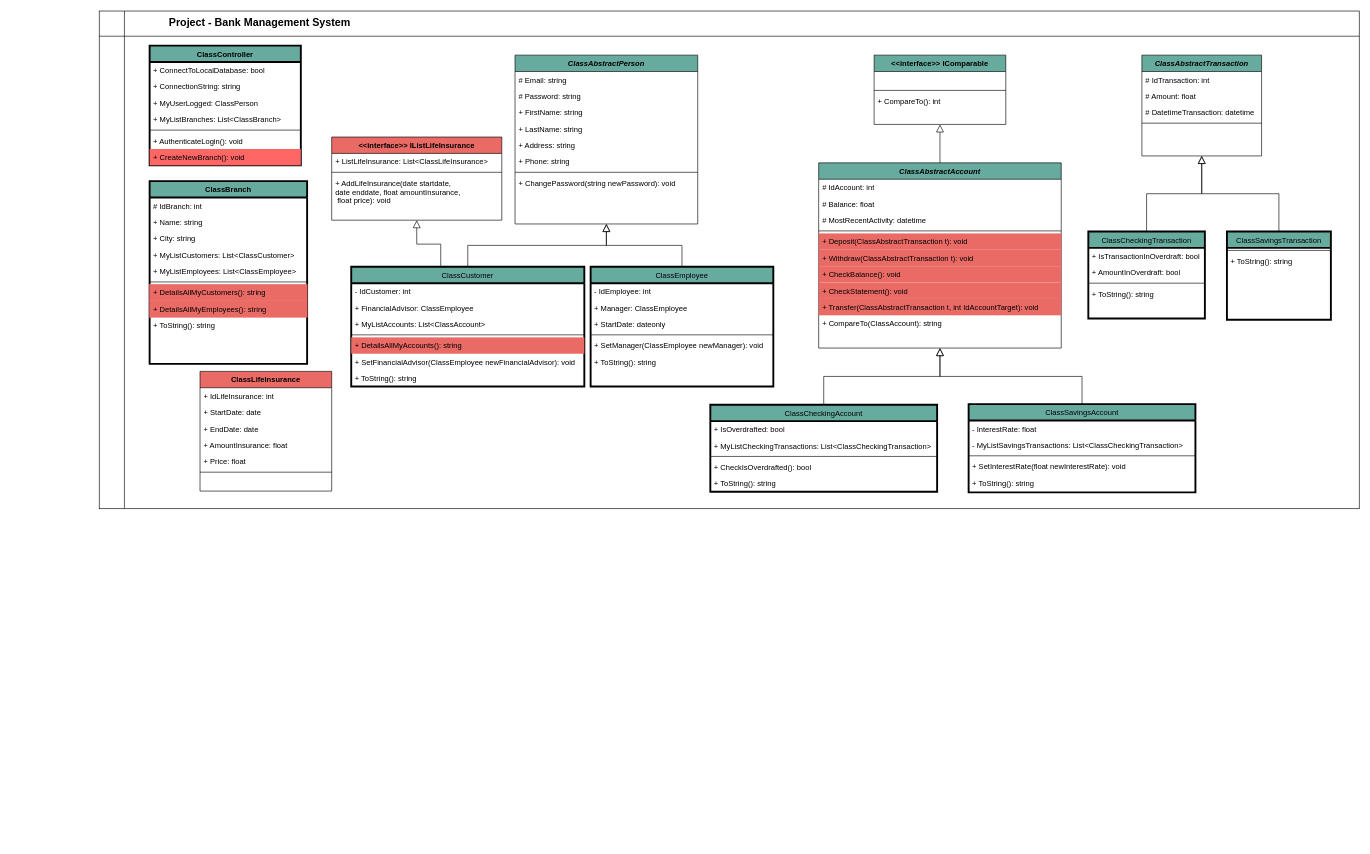
Earlier version of the draw.io diagram SODV2202_UMLDiagram.drawio (Wpiresferreira/bankproject). Source tidied: cells renumbered, new cells numbered last; positions are measured from the earlier drawing's top-left corner, leaving out a move shared by most shapes. Both pictures are drawn from the tidied source at 63%, with x=0, y=0 at pixel (99, 11).
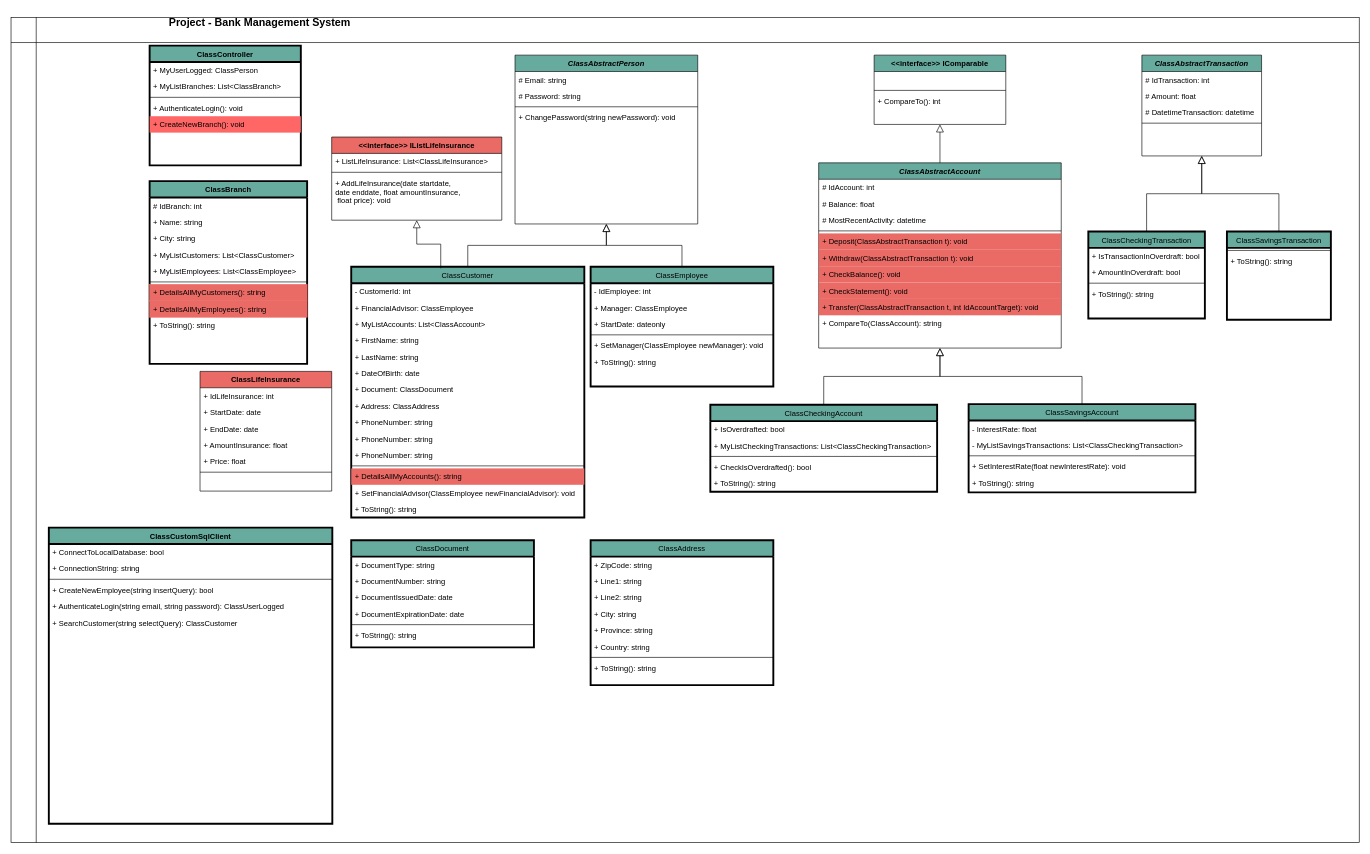
After the change.

The change refers to these unchanged cells:
```xml
<mxCell id="13" value="ClassAbstractPerson" style="swimlane;fontStyle=3;align=center;verticalAlign=top;horizontal=1;startSize=26;rounded=0;shadow=0;strokeWidth=1;fillColor=#67AB9F;" parent="1" vertex="1">
  <mxGeometry x="660" y="70" width="290" height="268" as="geometry" />
</mxCell>
<mxCell id="22" value="ClassController" style="swimlane;fontStyle=1;align=center;verticalAlign=top;horizontal=1;startSize=26;rounded=0;shadow=0;strokeWidth=3;fillColor=#67AB9F;" parent="1" vertex="1">
  <mxGeometry x="80" y="55" width="240" height="190" as="geometry" />
</mxCell>
```

The edit, as a diff of the source:
```diff
@@
     <mxCell id="2" style="shape=internalStorage;whiteSpace=wrap;html=1;backgroundOutline=1;dx=40;dy=40;" parent="1" vertex="1">
-      <mxGeometry width="2000" height="790" as="geometry" />
+      <mxGeometry x="-140" y="10" width="2140" height="1310" as="geometry" />
     </mxCell>
@@
-    <mxCell id="16" value="+ FirstName: string" style="text;align=left;verticalAlign=top;spacingLeft=4;spacingRight=4;overflow=hidden;" parent="13" vertex="1">
-      <mxGeometry y="78" width="290" height="26" as="geometry" />
-    </mxCell>
-    <mxCell id="17" value="+ LastName: string" style="text;align=left;verticalAlign=top;spacingLeft=4;spacingRight=4;overflow=hidden;" parent="13" vertex="1">
-      <mxGeometry y="104" width="290" height="26" as="geometry" />
-    </mxCell>
-    <mxCell id="18" value="+ Address: string" style="text;align=left;verticalAlign=top;spacingLeft=4;spacingRight=4;overflow=hidden;rounded=0;shadow=0;html=0;" parent="13" vertex="1">
-      <mxGeometry y="130" width="290" height="26" as="geometry" />
-    </mxCell>
-    <mxCell id="19" value="+ Phone: string" style="text;align=left;verticalAlign=top;spacingLeft=4;spacingRight=4;overflow=hidden;rounded=0;shadow=0;html=0;" parent="13" vertex="1">
-      <mxGeometry y="156" width="290" height="26" as="geometry" />
-    </mxCell>
     <mxCell id="20" style="line;html=1;strokeWidth=1;align=left;verticalAlign=middle;spacingTop=-1;spacingLeft=3;spacingRight=3;labelPosition=right;" parent="13" vertex="1">
-      <mxGeometry y="182" width="290" height="8" as="geometry" />
+      <mxGeometry y="78" width="290" height="8" as="geometry" />
     </mxCell>
     <mxCell id="21" value="+ ChangePassword(string newPassword): void" style="text;align=left;verticalAlign=top;spacingLeft=4;spacingRight=4;overflow=hidden;" parent="13" vertex="1">
-      <mxGeometry y="190" width="290" height="26" as="geometry" />
+      <mxGeometry y="86" width="290" height="26" as="geometry" />
     </mxCell>
@@
-    <mxCell id="23" value="+ ConnectToLocalDatabase: bool" style="text;align=left;verticalAlign=top;spacingLeft=4;spacingRight=4;overflow=hidden;rounded=0;shadow=0;html=0;" parent="22" vertex="1">
-      <mxGeometry y="26" width="240" height="26" as="geometry" />
-    </mxCell>
-    <mxCell id="24" value="+ ConnectionString: string" style="text;align=left;verticalAlign=top;spacingLeft=4;spacingRight=4;overflow=hidden;rounded=0;shadow=0;html=0;" parent="22" vertex="1">
-      <mxGeometry y="52" width="240" height="26" as="geometry" />
-    </mxCell>
-    <mxCell id="25" value="+ MyUserLogged: ClassPerson" style="text;align=left;verticalAlign=top;spacingLeft=4;spacingRight=4;overflow=hidden;rounded=0;shadow=0;html=0;" parent="22" vertex="1">
-      <mxGeometry y="78" width="240" height="26" as="geometry" />
+    <mxCell id="25" value="+ MyUserLogged: ClassPerson " style="text;align=left;verticalAlign=top;spacingLeft=4;spacingRight=4;overflow=hidden;rounded=0;shadow=0;html=0;" parent="22" vertex="1">
+      <mxGeometry y="26" width="240" height="26" as="geometry" />
     </mxCell>
     <mxCell id="26" value="+ MyListBranches: List&lt;ClassBranch&gt;" style="text;align=left;verticalAlign=top;spacingLeft=4;spacingRight=4;overflow=hidden;rounded=0;shadow=0;html=0;" parent="22" vertex="1">
-      <mxGeometry y="104" width="240" height="26" as="geometry" />
+      <mxGeometry y="52" width="240" height="26" as="geometry" />
     </mxCell>
     <mxCell id="27" style="line;html=1;strokeWidth=1;align=left;verticalAlign=middle;spacingTop=-1;spacingLeft=3;spacingRight=3;labelPosition=right;" parent="22" vertex="1">
-      <mxGeometry y="130" width="240" height="8" as="geometry" />
+      <mxGeometry y="78" width="240" height="8" as="geometry" />
     </mxCell>
     <mxCell id="28" value="+ AuthenticateLogin(): void" style="text;align=left;verticalAlign=top;spacingLeft=4;spacingRight=4;overflow=hidden;rounded=0;shadow=0;html=0;fillColor=none;" parent="22" vertex="1">
-      <mxGeometry y="138" width="240" height="26" as="geometry" />
+      <mxGeometry y="86" width="240" height="26" as="geometry" />
     </mxCell>
     <mxCell id="29" value="+ CreateNewBranch(): void" style="text;align=left;verticalAlign=top;spacingLeft=4;spacingRight=4;overflow=hidden;rounded=0;shadow=0;html=0;fillColor=#FF6666;" parent="22" vertex="1">
-      <mxGeometry y="164" width="240" height="26" as="geometry" />
+      <mxGeometry y="112" width="240" height="26" as="geometry" />
     </mxCell>
     <mxCell id="30" value="ClassCustomer" style="swimlane;fontStyle=0;align=center;verticalAlign=top;horizontal=1;startSize=26;rounded=0;shadow=0;strokeWidth=3;fillColor=#67AB9F;" parent="1" vertex="1">
-      <mxGeometry x="400" y="406" width="370" height="190" as="geometry" />
+      <mxGeometry x="400" y="406" width="370" height="398" as="geometry" />
     </mxCell>
-    <mxCell id="31" value="- IdCustomer: int" style="text;align=left;verticalAlign=top;spacingLeft=4;spacingRight=4;overflow=hidden;rounded=0;shadow=0;html=0;" parent="30" vertex="1">
+    <mxCell id="31" value="- CustomerId: int" style="text;align=left;verticalAlign=top;spacingLeft=4;spacingRight=4;overflow=hidden;rounded=0;shadow=0;html=0;" parent="30" vertex="1">
       <mxGeometry y="26" width="370" height="26" as="geometry" />
     </mxCell>
@@
+    <mxCell id="16" value="+ FirstName: string" style="text;align=left;verticalAlign=top;spacingLeft=4;spacingRight=4;overflow=hidden;rounded=0;shadow=0;html=0;" parent="30" vertex="1">
+      <mxGeometry y="104" width="370" height="26" as="geometry" />
+    </mxCell>
+    <mxCell id="17" value="+ LastName: string" style="text;align=left;verticalAlign=top;spacingLeft=4;spacingRight=4;overflow=hidden;rounded=0;shadow=0;html=0;" parent="30" vertex="1">
+      <mxGeometry y="130" width="370" height="26" as="geometry" />
+    </mxCell>
+    <mxCell id="105" value="+ DateOfBirth: date" style="text;align=left;verticalAlign=top;spacingLeft=4;spacingRight=4;overflow=hidden;rounded=0;shadow=0;html=0;" parent="30" vertex="1">
+      <mxGeometry y="156" width="370" height="26" as="geometry" />
+    </mxCell>
+    <mxCell id="106" value="+ Document: ClassDocument" style="text;align=left;verticalAlign=top;spacingLeft=4;spacingRight=4;overflow=hidden;rounded=0;shadow=0;html=0;" parent="30" vertex="1">
+      <mxGeometry y="182" width="370" height="26" as="geometry" />
+    </mxCell>
+    <mxCell id="107" value="+ Address: ClassAddress" style="text;align=left;verticalAlign=top;spacingLeft=4;spacingRight=4;overflow=hidden;rounded=0;shadow=0;html=0;" parent="30" vertex="1">
+      <mxGeometry y="208" width="370" height="26" as="geometry" />
+    </mxCell>
+    <mxCell id="108" value="+ PhoneNumber: string" style="text;align=left;verticalAlign=top;spacingLeft=4;spacingRight=4;overflow=hidden;rounded=0;shadow=0;html=0;" parent="30" vertex="1">
+      <mxGeometry y="234" width="370" height="26" as="geometry" />
+    </mxCell>
+    <mxCell id="109" value="+ PhoneNumber: string" style="text;align=left;verticalAlign=top;spacingLeft=4;spacingRight=4;overflow=hidden;rounded=0;shadow=0;html=0;" parent="30" vertex="1">
+      <mxGeometry y="260" width="370" height="26" as="geometry" />
+    </mxCell>
+    <mxCell id="110" value="+ PhoneNumber: string" style="text;align=left;verticalAlign=top;spacingLeft=4;spacingRight=4;overflow=hidden;rounded=0;shadow=0;html=0;" parent="30" vertex="1">
+      <mxGeometry y="286" width="370" height="26" as="geometry" />
+    </mxCell>
     <mxCell id="34" style="line;html=1;strokeWidth=1;align=left;verticalAlign=middle;spacingTop=-1;spacingLeft=3;spacingRight=3;labelPosition=right;" parent="30" vertex="1">
-      <mxGeometry y="104" width="370" height="8" as="geometry" />
+      <mxGeometry y="312" width="370" height="8" as="geometry" />
     </mxCell>
     <mxCell id="35" value="+ DetailsAllMyAccounts(): string" style="text;align=left;verticalAlign=top;spacingLeft=4;spacingRight=4;overflow=hidden;fillColor=#EA6B66;" parent="30" vertex="1">
-      <mxGeometry y="112" width="370" height="26" as="geometry" />
+      <mxGeometry y="320" width="370" height="26" as="geometry" />
     </mxCell>
     <mxCell id="36" value="+ SetFinancialAdvisor(ClassEmployee newFinancialAdvisor): void" style="text;align=left;verticalAlign=top;spacingLeft=4;spacingRight=4;overflow=hidden;" parent="30" vertex="1">
-      <mxGeometry y="138" width="370" height="26" as="geometry" />
+      <mxGeometry y="346" width="370" height="26" as="geometry" />
     </mxCell>
     <mxCell id="37" value="+ ToString(): string" style="text;align=left;verticalAlign=top;spacingLeft=4;spacingRight=4;overflow=hidden;" parent="30" vertex="1">
-      <mxGeometry y="164" width="370" height="26" as="geometry" />
+      <mxGeometry y="372" width="370" height="26" as="geometry" />
     </mxCell>
@@
+    <mxCell id="111" value="ClassDocument" style="swimlane;fontStyle=0;align=center;verticalAlign=top;horizontal=1;startSize=26;rounded=0;shadow=0;strokeWidth=3;fillColor=#67AB9F;" parent="1" vertex="1">
+      <mxGeometry x="400" y="840" width="290" height="170" as="geometry" />
+    </mxCell>
+    <mxCell id="112" value="+ DocumentType: string" style="text;align=left;verticalAlign=top;spacingLeft=4;spacingRight=4;overflow=hidden;" parent="111" vertex="1">
+      <mxGeometry y="26" width="290" height="26" as="geometry" />
+    </mxCell>
+    <mxCell id="113" value="+ DocumentNumber: string" style="text;align=left;verticalAlign=top;spacingLeft=4;spacingRight=4;overflow=hidden;" parent="111" vertex="1">
+      <mxGeometry y="52" width="290" height="26" as="geometry" />
+    </mxCell>
+    <mxCell id="114" value="+ DocumentIssuedDate: date" style="text;align=left;verticalAlign=top;spacingLeft=4;spacingRight=4;overflow=hidden;" parent="111" vertex="1">
+      <mxGeometry y="78" width="290" height="26" as="geometry" />
+    </mxCell>
+    <mxCell id="115" value="+ DocumentExpirationDate: date" style="text;align=left;verticalAlign=top;spacingLeft=4;spacingRight=4;overflow=hidden;" parent="111" vertex="1">
+      <mxGeometry y="104" width="290" height="26" as="geometry" />
+    </mxCell>
+    <mxCell id="116" style="line;html=1;strokeWidth=1;align=left;verticalAlign=middle;spacingTop=-1;spacingLeft=3;spacingRight=3;labelPosition=right;" parent="111" vertex="1">
+      <mxGeometry y="130" width="290" height="8" as="geometry" />
+    </mxCell>
+    <mxCell id="117" value="+ ToString(): string" style="text;align=left;verticalAlign=top;spacingLeft=4;spacingRight=4;overflow=hidden;" parent="111" vertex="1">
+      <mxGeometry y="138" width="290" height="26" as="geometry" />
+    </mxCell>
+    <mxCell id="118" value="ClassAddress" style="swimlane;fontStyle=0;align=center;verticalAlign=top;horizontal=1;startSize=26;rounded=0;shadow=0;strokeWidth=3;fillColor=#67AB9F;" parent="1" vertex="1">
+      <mxGeometry x="780" y="840" width="290" height="230" as="geometry" />
+    </mxCell>
+    <mxCell id="119" value="+ ZipCode: string" style="text;align=left;verticalAlign=top;spacingLeft=4;spacingRight=4;overflow=hidden;" parent="118" vertex="1">
+      <mxGeometry y="26" width="290" height="26" as="geometry" />
+    </mxCell>
+    <mxCell id="120" value="+ Line1: string" style="text;align=left;verticalAlign=top;spacingLeft=4;spacingRight=4;overflow=hidden;" parent="118" vertex="1">
+      <mxGeometry y="52" width="290" height="26" as="geometry" />
+    </mxCell>
+    <mxCell id="121" value="+ Line2: string" style="text;align=left;verticalAlign=top;spacingLeft=4;spacingRight=4;overflow=hidden;" parent="118" vertex="1">
+      <mxGeometry y="78" width="290" height="26" as="geometry" />
+    </mxCell>
+    <mxCell id="122" value="+ City: string" style="text;align=left;verticalAlign=top;spacingLeft=4;spacingRight=4;overflow=hidden;" parent="118" vertex="1">
+      <mxGeometry y="104" width="290" height="26" as="geometry" />
+    </mxCell>
+    <mxCell id="123" value="+ Province: string" style="text;align=left;verticalAlign=top;spacingLeft=4;spacingRight=4;overflow=hidden;" parent="118" vertex="1">
+      <mxGeometry y="130" width="290" height="26" as="geometry" />
+    </mxCell>
+    <mxCell id="124" value="+ Country: string" style="text;align=left;verticalAlign=top;spacingLeft=4;spacingRight=4;overflow=hidden;" parent="118" vertex="1">
+      <mxGeometry y="156" width="290" height="26" as="geometry" />
+    </mxCell>
+    <mxCell id="125" style="line;html=1;strokeWidth=1;align=left;verticalAlign=middle;spacingTop=-1;spacingLeft=3;spacingRight=3;labelPosition=right;" parent="118" vertex="1">
+      <mxGeometry y="182" width="290" height="8" as="geometry" />
+    </mxCell>
+    <mxCell id="126" value="+ ToString(): string" style="text;align=left;verticalAlign=top;spacingLeft=4;spacingRight=4;overflow=hidden;" parent="118" vertex="1">
+      <mxGeometry y="190" width="290" height="26" as="geometry" />
+    </mxCell>
+    <mxCell id="127" value="ClassCustomSqlClient" style="swimlane;fontStyle=1;align=center;verticalAlign=top;horizontal=1;startSize=26;rounded=0;shadow=0;strokeWidth=3;fillColor=#67AB9F;" parent="1" vertex="1">
+      <mxGeometry x="-80" y="820" width="450" height="470" as="geometry" />
+    </mxCell>
+    <mxCell id="23" value="+ ConnectToLocalDatabase: bool" style="text;align=left;verticalAlign=top;spacingLeft=4;spacingRight=4;overflow=hidden;rounded=0;shadow=0;html=0;" parent="127" vertex="1">
+      <mxGeometry y="26" width="450" height="26" as="geometry" />
+    </mxCell>
+    <mxCell id="24" value="+ ConnectionString: string" style="text;align=left;verticalAlign=top;spacingLeft=4;spacingRight=4;overflow=hidden;rounded=0;shadow=0;html=0;" parent="127" vertex="1">
+      <mxGeometry y="52" width="450" height="26" as="geometry" />
+    </mxCell>
+    <mxCell id="128" style="line;html=1;strokeWidth=1;align=left;verticalAlign=middle;spacingTop=-1;spacingLeft=3;spacingRight=3;labelPosition=right;" parent="127" vertex="1">
+      <mxGeometry y="78" width="450" height="8" as="geometry" />
+    </mxCell>
+    <mxCell id="129" value="+ CreateNewEmployee(string insertQuery): bool" style="text;align=left;verticalAlign=top;spacingLeft=4;spacingRight=4;overflow=hidden;rounded=0;shadow=0;html=0;fillColor=none;" parent="127" vertex="1">
+      <mxGeometry y="86" width="450" height="26" as="geometry" />
+    </mxCell>
+    <mxCell id="130" value="+ AuthenticateLogin(string email, string password): ClassUserLogged" style="text;align=left;verticalAlign=top;spacingLeft=4;spacingRight=4;overflow=hidden;rounded=0;shadow=0;html=0;fillColor=none;" parent="127" vertex="1">
+      <mxGeometry y="112" width="450" height="26" as="geometry" />
+    </mxCell>
+    <mxCell id="131" value="+ SearchCustomer(string selectQuery): ClassCustomer" style="text;align=left;verticalAlign=top;spacingLeft=4;spacingRight=4;overflow=hidden;rounded=0;shadow=0;html=0;fillColor=none;" parent="127" vertex="1">
+      <mxGeometry y="138" width="450" height="26" as="geometry" />
+    </mxCell>
```
